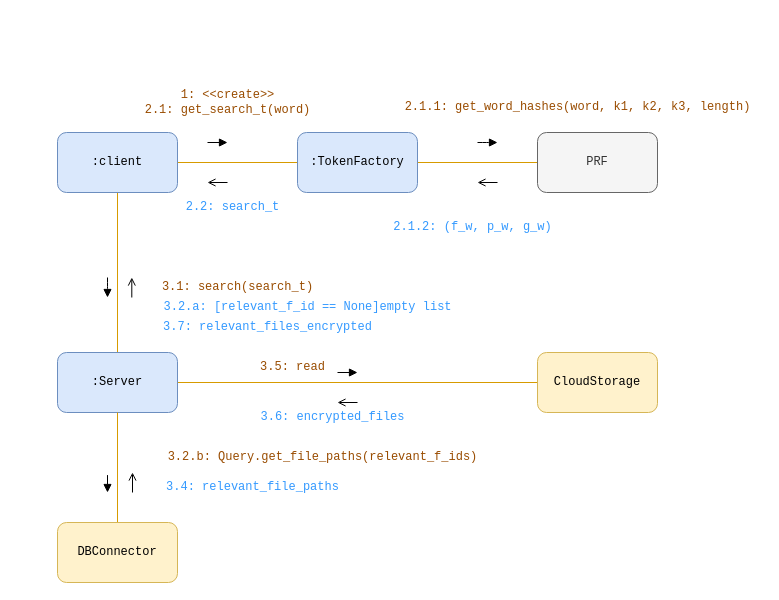
Earlier version of the draw.io diagram page "search-communication" (1 of 4) of diagrams/behavioral/serevr-core.drawio (thisisel/dynamic-sse). Source tidied: cells renumbered, new cells numbered last; positions are measured from the earlier drawing's top-left corner, leaving out a move shared by most shapes. Both pictures are drawn from the tidied source at 100%, with x=0, y=0 at pixel (17, 17).
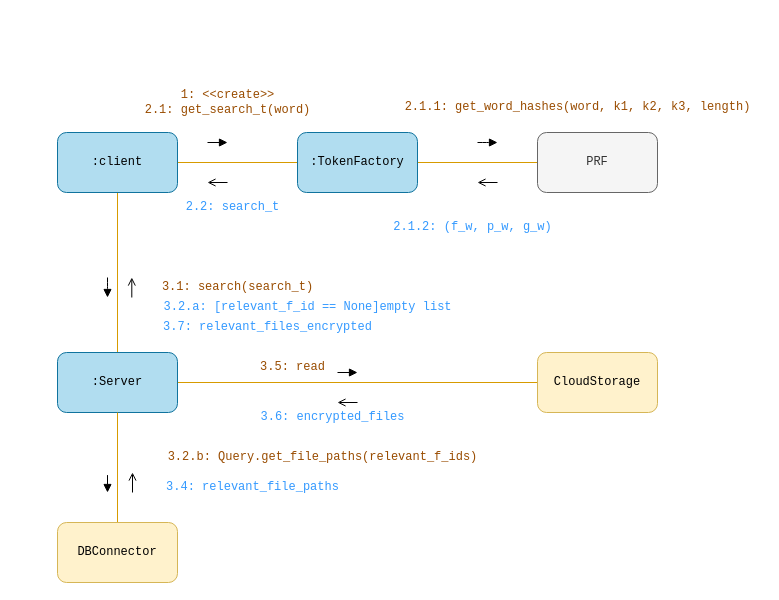
The same page after the edit.

Change to the diagram source:
```diff
@@
-    <mxCell id="4" value=":client" style="rounded=1;whiteSpace=wrap;html=1;fontFamily=Courier New;fillColor=#dae8fc;strokeColor=#6c8ebf;" parent="1" vertex="1">
+    <mxCell id="4" value=":client" style="rounded=1;whiteSpace=wrap;html=1;fontFamily=Courier New;fillColor=#b1ddf0;strokeColor=#10739e;" parent="1" vertex="1">
       <mxGeometry x="40" y="115" width="120" height="60" as="geometry" />
     </mxCell>
@@
-    <mxCell id="6" value=":TokenFactory" style="whiteSpace=wrap;html=1;rounded=1;fontFamily=Courier New;fillColor=#dae8fc;strokeColor=#6c8ebf;" parent="1" vertex="1">
+    <mxCell id="6" value=":TokenFactory" style="whiteSpace=wrap;html=1;rounded=1;fontFamily=Courier New;fillColor=#b1ddf0;strokeColor=#10739e;" parent="1" vertex="1">
       <mxGeometry x="280" y="115" width="120" height="60" as="geometry" />
     </mxCell>
@@
-    <mxCell id="9" value=":Server" style="whiteSpace=wrap;html=1;rounded=1;fontFamily=Courier New;fillColor=#dae8fc;strokeColor=#6c8ebf;" parent="1" vertex="1">
+    <mxCell id="9" value=":Server" style="whiteSpace=wrap;html=1;rounded=1;fontFamily=Courier New;fillColor=#b1ddf0;strokeColor=#10739e;" parent="1" vertex="1">
       <mxGeometry x="40" y="335" width="120" height="60" as="geometry" />
     </mxCell>
```
